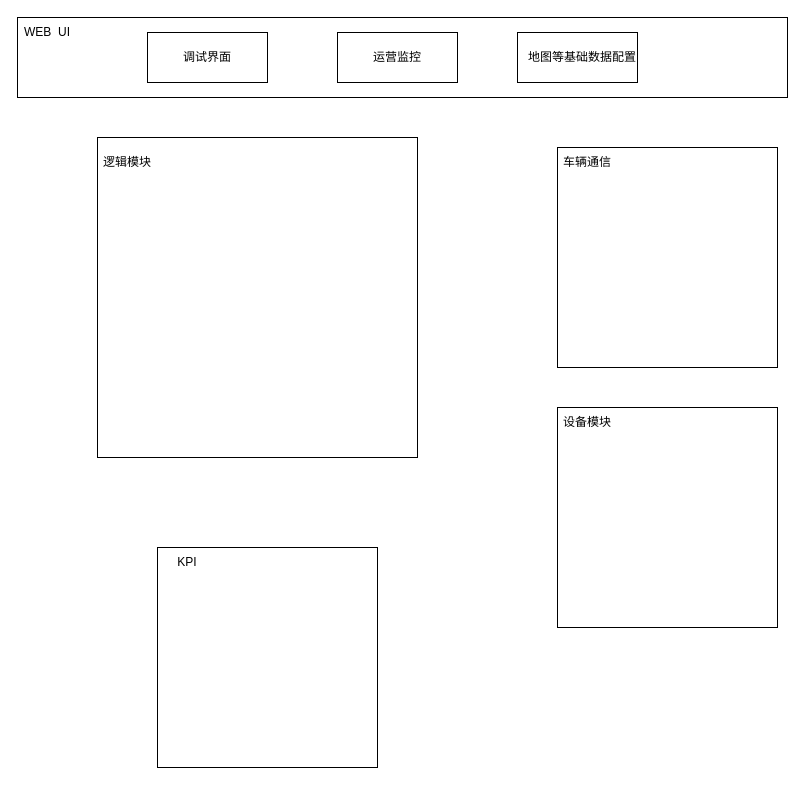
Before: 架构/模块架构.drawio in c825503724/fms, a draw.io diagram. Source tidied: cells renumbered, new cells numbered last; positions are measured from the earlier drawing's top-left corner, leaving out a move shared by most shapes. Both pictures are drawn from the tidied source at 100%, with x=0, y=0 at pixel (17, 17).
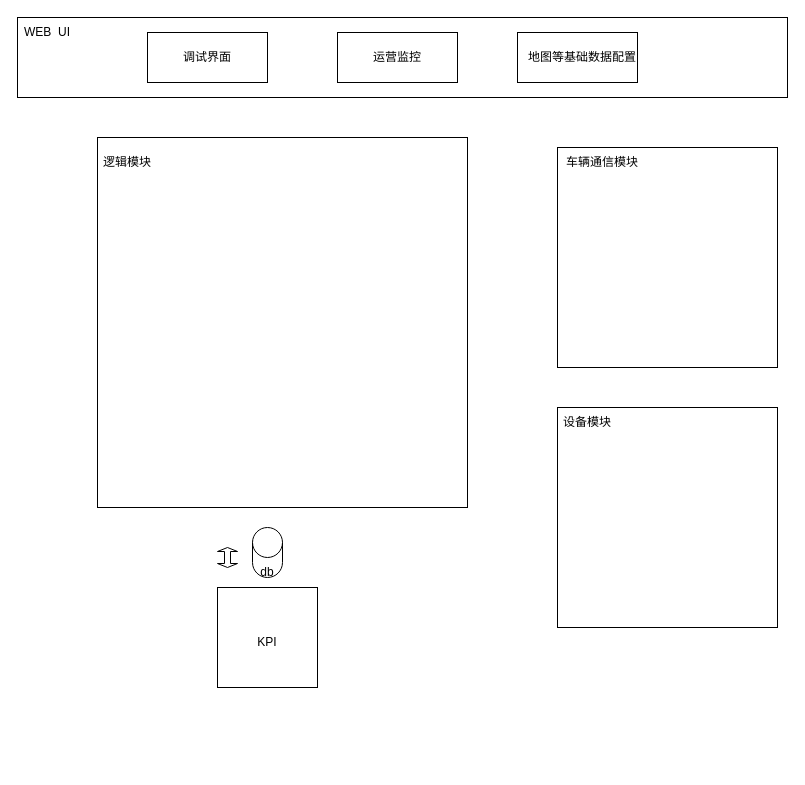
After the change.

Commit message (it also covers changes not shown here):
更新模块架构.drawio

The edit, as a diff of the source:
```diff
@@
     <mxCell id="2" style="whiteSpace=wrap;html=1;" parent="1" vertex="1">
-      <mxGeometry x="80" y="120" width="320" height="320" as="geometry" />
+      <mxGeometry x="80" y="120" width="370" height="370" as="geometry" />
     </mxCell>
@@
-    <mxCell id="5" value="车辆通信" style="text;strokeColor=none;align=center;fillColor=none;html=1;verticalAlign=middle;whiteSpace=wrap;rounded=0;" parent="1" vertex="1">
-      <mxGeometry x="540" y="130" width="60" height="30" as="geometry" />
+    <mxCell id="5" value="车辆通信模块" style="text;strokeColor=none;align=center;fillColor=none;html=1;verticalAlign=middle;whiteSpace=wrap;rounded=0;" parent="1" vertex="1">
+      <mxGeometry x="540" y="130" width="90" height="30" as="geometry" />
     </mxCell>
@@
     <mxCell id="8" style="whiteSpace=wrap;html=1;" parent="1" vertex="1">
-      <mxGeometry x="140" y="530" width="220" height="220" as="geometry" />
+      <mxGeometry x="200" y="570" width="100" height="100" as="geometry" />
     </mxCell>
     <mxCell id="9" value="KPI" style="text;strokeColor=none;align=center;fillColor=none;html=1;verticalAlign=middle;whiteSpace=wrap;rounded=0;" parent="1" vertex="1">
-      <mxGeometry x="140" y="530" width="60" height="30" as="geometry" />
+      <mxGeometry x="220" y="610" width="60" height="30" as="geometry" />
     </mxCell>
@@
+    <mxCell id="21" style="shape=cylinder3;whiteSpace=wrap;html=1;boundedLbl=1;backgroundOutline=1;size=15;" parent="1" vertex="1">
+      <mxGeometry x="235" y="510" width="30" height="50" as="geometry" />
+    </mxCell>
+    <mxCell id="22" value="db" style="text;strokeColor=none;align=center;fillColor=none;html=1;verticalAlign=middle;whiteSpace=wrap;rounded=0;" parent="1" vertex="1">
+      <mxGeometry x="220" y="540" width="60" height="30" as="geometry" />
+    </mxCell>
+    <mxCell id="23" style="shape=doubleArrow;direction=south;whiteSpace=wrap;html=1;" parent="1" vertex="1">
+      <mxGeometry x="200" y="530" width="20" height="20" as="geometry" />
+    </mxCell>
```
